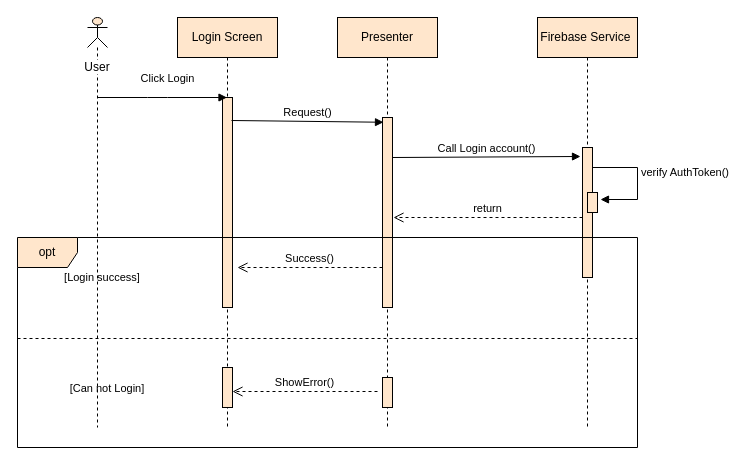
This is Untitled Diagram.drawio from phucduong1406/LEV3, a draw.io file, before an edit. Source tidied: cells renumbered, new cells numbered last; positions are measured from the earlier drawing's top-left corner, leaving out a move shared by most shapes. Both pictures are drawn from the tidied source at 100%, with x=0, y=0 at pixel (17, 17).
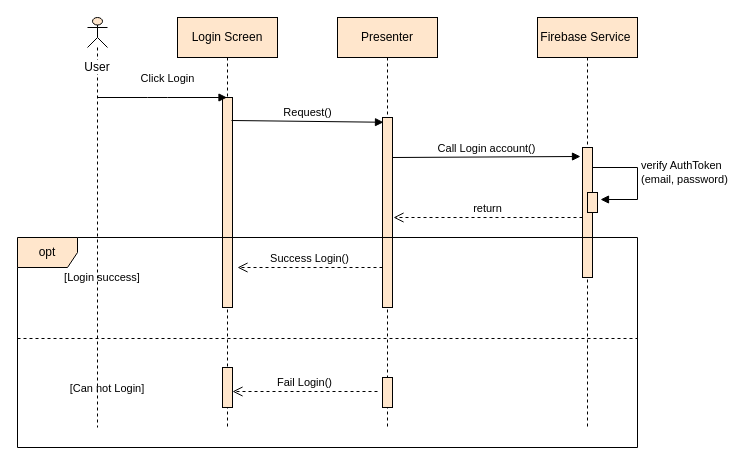
Above is the later version.

Commit message:
Login Screen update.drawio

Unchanged cells that the change refers to:
```xml
<mxCell id="9" value="Firebase Service&amp;nbsp;" style="shape=umlLifeline;perimeter=lifelinePerimeter;whiteSpace=wrap;html=1;strokeColor=#000000;fillColor=#ffe6cc;" parent="1" vertex="1">
  <mxGeometry x="520" width="100" height="410" as="geometry" />
</mxCell>
<mxCell id="12" style="html=1;points=[];perimeter=orthogonalPerimeter;strokeColor=#000000;fillColor=#ffe6cc;" parent="9" vertex="1">
  <mxGeometry x="50" y="175" width="10" height="20" as="geometry" />
</mxCell>
```

What changed in the source:
```diff
@@
-    <mxCell id="11" value="verify AuthToken()&lt;br&gt;" style="edgeStyle=orthogonalEdgeStyle;html=1;align=left;spacingLeft=2;endArrow=block;rounded=0;entryX=1.3;entryY=0.35;entryDx=0;entryDy=0;entryPerimeter=0;" parent="9" edge="1" target="12">
+    <mxCell id="11" value="verify AuthToken&lt;br&gt;(email, password)&lt;br&gt;" style="edgeStyle=orthogonalEdgeStyle;html=1;align=left;spacingLeft=2;endArrow=block;rounded=0;entryX=1.3;entryY=0.35;entryDx=0;entryDy=0;entryPerimeter=0;" parent="9" edge="1" target="12">
       <mxGeometry relative="1" as="geometry">
         <mxPoint x="55" y="135" as="sourcePoint" />
         <Array as="points">
           <mxPoint x="55" y="150" />
           <mxPoint x="100" y="150" />
           <mxPoint x="100" y="182" />
         </Array>
       </mxGeometry>
     </mxCell>
@@
-    <mxCell id="16" value="ShowError()" style="html=1;verticalAlign=bottom;endArrow=open;dashed=1;endSize=8;" parent="1" edge="1">
+    <mxCell id="16" value="Fail Login()" style="html=1;verticalAlign=bottom;endArrow=open;dashed=1;endSize=8;" parent="1" edge="1">
       <mxGeometry relative="1" as="geometry">
         <mxPoint x="360" y="374" as="sourcePoint" />
         <mxPoint x="215" y="374" as="targetPoint" />
       </mxGeometry>
     </mxCell>
@@
-    <mxCell id="20" value="Success()" style="html=1;verticalAlign=bottom;endArrow=open;dashed=1;endSize=8;" parent="1" edge="1">
+    <mxCell id="20" value="Success Login()" style="html=1;verticalAlign=bottom;endArrow=open;dashed=1;endSize=8;" parent="1" edge="1">
       <mxGeometry relative="1" as="geometry">
         <mxPoint x="365" y="250" as="sourcePoint" />
         <mxPoint x="220" y="250" as="targetPoint" />
       </mxGeometry>
     </mxCell>
```
